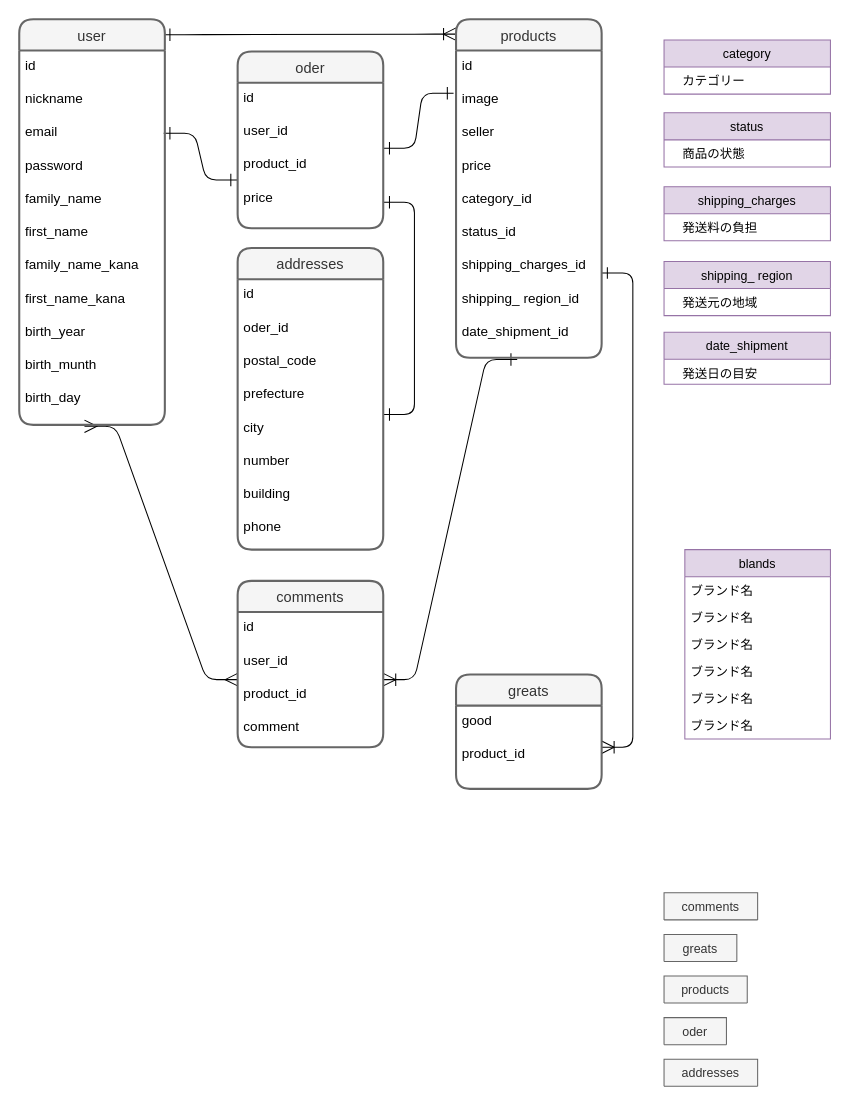
The draw.io diagram er.drawio in airi0623/furima-29182, before the edit. Source tidied: cells renumbered, new cells numbered last; positions are measured from the earlier drawing's top-left corner, leaving out a move shared by most shapes. Both pictures are drawn from the tidied source at 104%, with x=0, y=0 at pixel (19, 19).
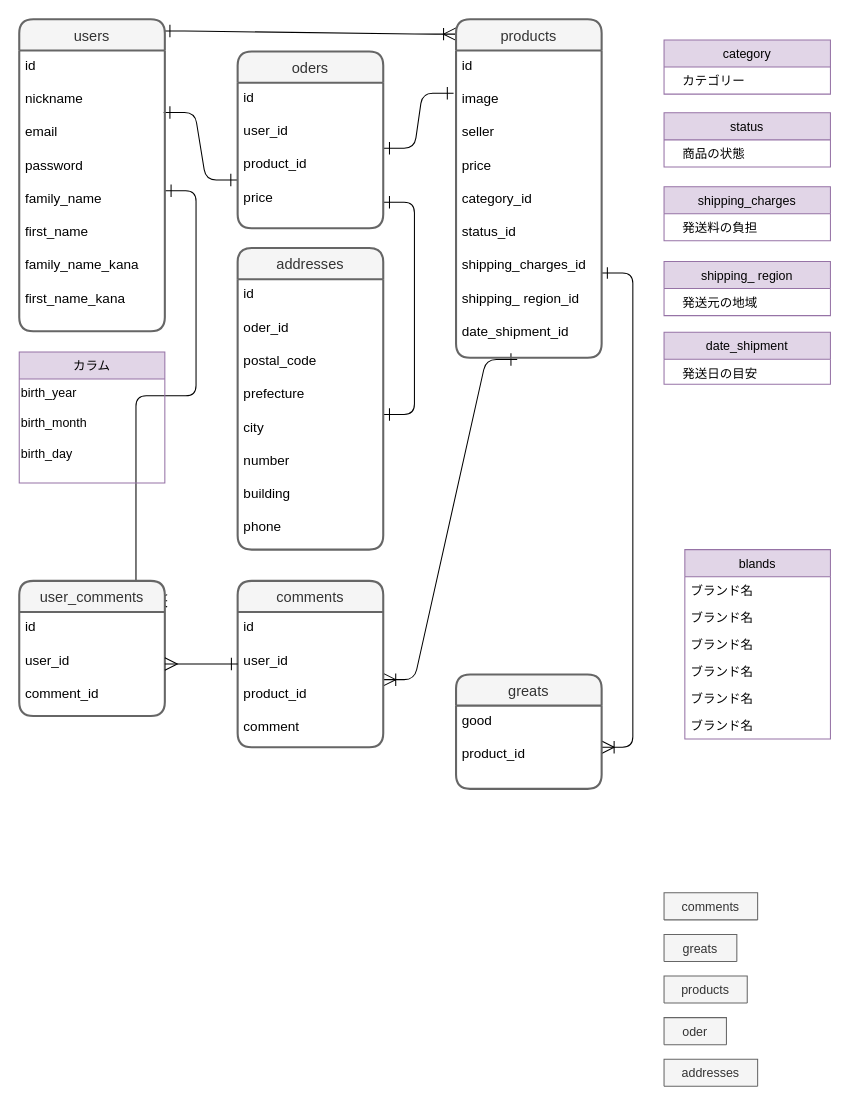
After the change.

Commit message (it also covers changes not shown here):
テーブル設計

Unchanged cells that the change refers to:
```xml
<mxCell id="38" value="comments" style="swimlane;horizontal=1;startSize=30;rounded=1;fontSize=14;fontStyle=0;strokeWidth=2;shadow=0;dashed=0;align=center;fillColor=#f5f5f5;strokeColor=#666666;fontColor=#333333;" parent="1" vertex="1">
  <mxGeometry x="210" y="540" width="140" height="160" as="geometry" />
</mxCell>
<mxCell id="39" value="id&#10;&#10;user_id&#10;&#10;product_id&#10;&#10;comment&#10;" style="align=left;strokeColor=none;fillColor=none;spacingLeft=4;fontSize=13;verticalAlign=top;" parent="38" vertex="1">
  <mxGeometry y="30" width="140" height="130" as="geometry" />
</mxCell>
```

Change to the diagram source:
```diff
@@
-    <mxCell id="16" style="edgeStyle=entityRelationEdgeStyle;fontSize=12;html=1;endArrow=ERmany;startArrow=ERmany;startFill=0;endFill=0;entryX=0;entryY=0.5;entryDx=0;entryDy=0;exitX=0.448;exitY=1.004;exitDx=0;exitDy=0;exitPerimeter=0;endSize=10;startSize=10;" parent="1" edge="1" source="27" target="39">
+    <mxCell id="16" style="edgeStyle=entityRelationEdgeStyle;fontSize=12;html=1;endArrow=ERone;startArrow=ERmany;startFill=0;endFill=0;exitX=1.016;exitY=0.148;exitDx=0;exitDy=0;exitPerimeter=0;endSize=10;startSize=10;" parent="1" edge="1" source="51" target="27">
       <mxGeometry relative="1" as="geometry" />
     </mxCell>
@@
-    <mxCell id="26" value="user" style="swimlane;horizontal=1;startSize=30;rounded=1;fontSize=14;fontStyle=0;strokeWidth=2;shadow=0;dashed=0;align=center;fillColor=#f5f5f5;strokeColor=#666666;fontColor=#333333;" parent="1" vertex="1">
-      <mxGeometry width="140" height="390" as="geometry" />
+    <mxCell id="26" value="users" style="swimlane;horizontal=1;startSize=30;rounded=1;fontSize=14;fontStyle=0;strokeWidth=2;shadow=0;dashed=0;align=center;fillColor=#f5f5f5;strokeColor=#666666;fontColor=#333333;" parent="1" vertex="1">
+      <mxGeometry width="140" height="300" as="geometry" />
     </mxCell>
-    <mxCell id="27" value="id&#10;&#10;nickname&#10;&#10;email&#10;&#10;password&#10;&#10;family_name&#10;&#10;first_name&#10;&#10;family_name_kana&#10;&#10;first_name_kana&#10;&#10;birth_year&#10;&#10;birth_munth &#10;&#10;birth_day&#10;&#10;" style="align=left;strokeColor=none;fillColor=none;spacingLeft=4;fontSize=13;verticalAlign=top;" parent="26" vertex="1">
-      <mxGeometry y="30" width="140" height="360" as="geometry" />
+    <mxCell id="27" value="id&#10;&#10;nickname&#10;&#10;email&#10;&#10;password&#10;&#10;family_name&#10;&#10;first_name&#10;&#10;family_name_kana&#10;&#10;first_name_kana&#10;&#10;" style="align=left;strokeColor=none;fillColor=none;spacingLeft=4;fontSize=13;verticalAlign=top;" parent="26" vertex="1">
+      <mxGeometry y="30" width="140" height="270" as="geometry" />
     </mxCell>
@@
-    <mxCell id="32" value="oder" style="swimlane;horizontal=1;startSize=30;rounded=1;fontSize=14;fontStyle=0;strokeWidth=2;shadow=0;dashed=0;align=center;fillColor=#f5f5f5;strokeColor=#666666;fontColor=#333333;" parent="1" vertex="1">
+    <mxCell id="32" value="oders" style="swimlane;horizontal=1;startSize=30;rounded=1;fontSize=14;fontStyle=0;strokeWidth=2;shadow=0;dashed=0;align=center;fillColor=#f5f5f5;strokeColor=#666666;fontColor=#333333;" parent="1" vertex="1">
       <mxGeometry x="210" y="31" width="140" height="170" as="geometry" />
     </mxCell>
@@
+    <mxCell id="49" value="カラム" style="swimlane;fontStyle=0;horizontal=1;startSize=26;fillColor=#e1d5e7;strokeColor=#9673a6;" parent="1" vertex="1">
+      <mxGeometry y="320" width="140" height="126" as="geometry" />
+    </mxCell>
+    <mxCell id="50" value="birth_year&lt;br style=&quot;padding: 0px ; margin: 0px&quot;&gt;&lt;br style=&quot;padding: 0px ; margin: 0px&quot;&gt;birth_month &amp;nbsp;&lt;br style=&quot;padding: 0px ; margin: 0px&quot;&gt;&lt;br style=&quot;padding: 0px ; margin: 0px&quot;&gt;birth_day&lt;div style=&quot;padding: 0px ; margin: 0px&quot;&gt;&lt;br style=&quot;padding: 0px; margin: 0px; color: rgb(0, 0, 0); font-family: helvetica; font-size: 13px; font-style: normal; font-weight: 400; letter-spacing: normal; text-align: left; text-indent: 0px; text-transform: none; word-spacing: 0px; background-color: rgb(248, 249, 250);&quot;&gt;&lt;/div&gt;" style="text;whiteSpace=wrap;html=1;" parent="49" vertex="1">
+      <mxGeometry y="26" width="140" height="100" as="geometry" />
+    </mxCell>
@@
+    <mxCell id="51" value="user_comments" style="swimlane;horizontal=1;startSize=30;rounded=1;fontSize=14;fontStyle=0;strokeWidth=2;shadow=0;dashed=0;align=center;fillColor=#f5f5f5;strokeColor=#666666;fontColor=#333333;" parent="1" vertex="1">
+      <mxGeometry y="540" width="140" height="130" as="geometry" />
+    </mxCell>
+    <mxCell id="52" value="id&#10;&#10;user_id&#10;&#10;comment_id&#10;" style="align=left;strokeColor=none;fillColor=none;spacingLeft=4;fontSize=13;verticalAlign=top;" parent="51" vertex="1">
+      <mxGeometry y="30" width="140" height="100" as="geometry" />
+    </mxCell>
+    <mxCell id="53" style="edgeStyle=orthogonalEdgeStyle;rounded=0;orthogonalLoop=1;jettySize=auto;html=1;exitX=0.5;exitY=1;exitDx=0;exitDy=0;startArrow=ERmany;startFill=0;endArrow=ERoneToMany;endFill=0;fontSize=13;" parent="51" edge="1" source="52" target="52">
+      <mxGeometry relative="1" as="geometry" />
+    </mxCell>
+    <mxCell id="54" style="edgeStyle=entityRelationEdgeStyle;fontSize=12;html=1;endArrow=ERone;startArrow=ERmany;startFill=0;endFill=0;entryX=0;entryY=0.5;entryDx=0;entryDy=0;endSize=10;startSize=10;exitX=1;exitY=0.5;exitDx=0;exitDy=0;" parent="1" edge="1" source="52" target="38">
+      <mxGeometry relative="1" as="geometry" />
+    </mxCell>
```
